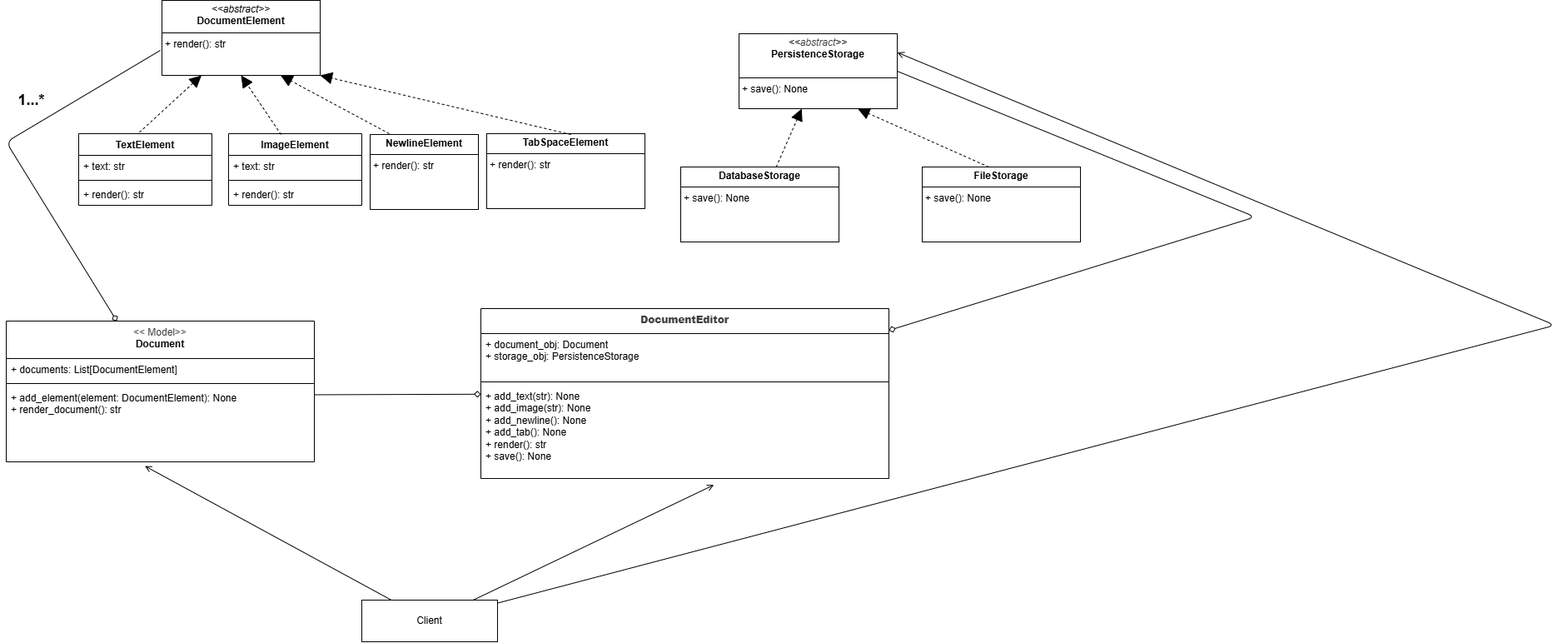
Earlier version of the draw.io export Design problems/01. Document Editor/UML.drawio.png (kom3/LLD-Python). Source tidied: cells renumbered, new cells last; positions are measured from the earlier drawing's top-left corner, leaving out a move shared by most shapes.
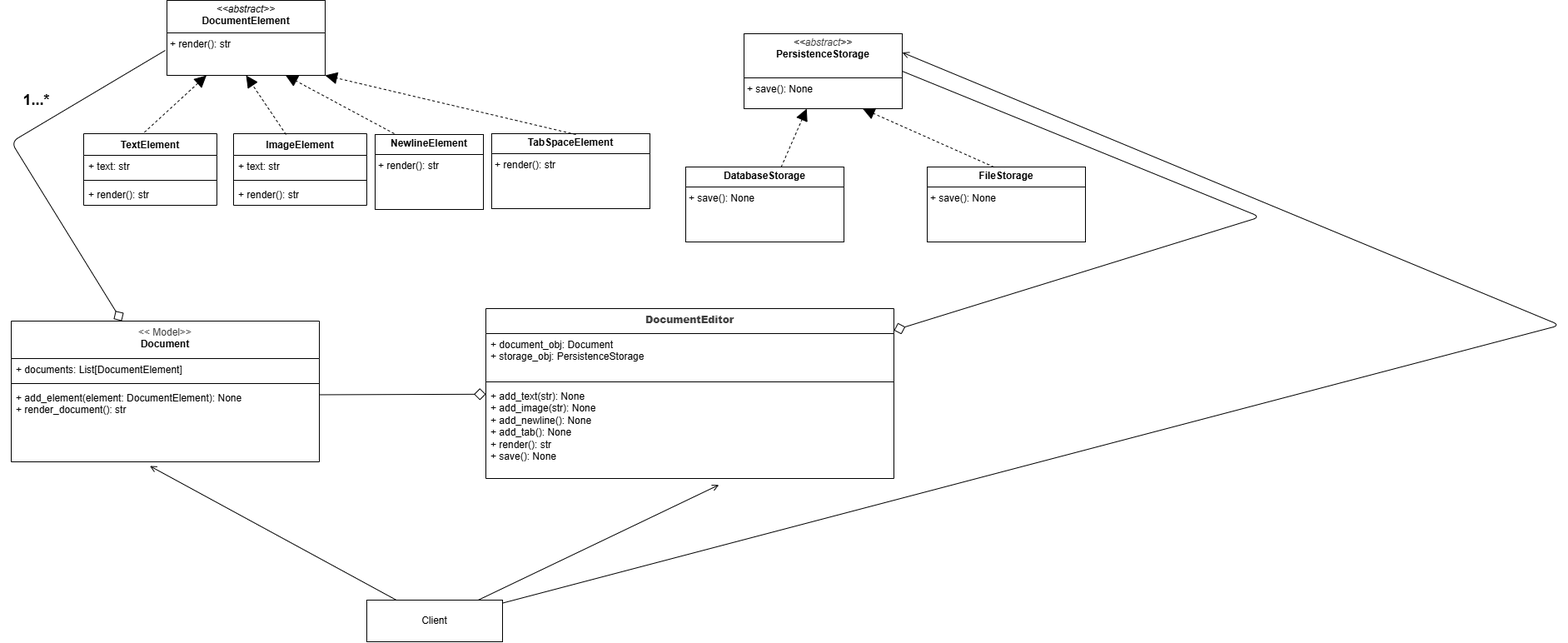
The same diagram one commit later.

Diff of the diagram source:
```diff
@@ -8,7 +8,7 @@
     <mxCell id="3" value="&lt;p style=&quot;margin:0px;margin-top:4px;text-align:center;&quot;&gt;&lt;i&gt;&amp;lt;&amp;lt;&lt;/i&gt;&lt;i style=&quot;color: rgb(63, 63, 63); scrollbar-color: rgb(226, 226, 226) rgb(251, 251, 251);&quot;&gt;abstract&lt;/i&gt;&lt;i&gt;&amp;gt;&amp;gt;&lt;/i&gt;&lt;br&gt;&lt;b&gt;PersistenceStorage&lt;/b&gt;&lt;/p&gt;&lt;p style=&quot;margin:0px;margin-left:4px;&quot;&gt;&lt;br&gt;&lt;/p&gt;&lt;hr size=&quot;1&quot; style=&quot;border-style:solid;&quot;&gt;&lt;p style=&quot;margin:0px;margin-left:4px;&quot;&gt;+ save(): None&lt;br&gt;&lt;br&gt;&lt;/p&gt;" style="verticalAlign=top;align=left;overflow=fill;html=1;whiteSpace=wrap;" parent="1" vertex="1">
       <mxGeometry x="880" y="40" width="190" height="90" as="geometry" />
     </mxCell>
-    <mxCell id="4" style="edgeStyle=none;html=1;endArrow=none;endFill=0;endSize=10;startArrow=diamond;startFill=0;" parent="1" edge="1" source="5">
+    <mxCell id="4" style="edgeStyle=none;html=1;endArrow=none;endFill=0;endSize=6;startArrow=diamond;startFill=0;strokeWidth=1;startSize=12;" parent="1" edge="1" source="5">
       <mxGeometry relative="1" as="geometry">
         <mxPoint x="185" y="60" as="targetPoint" />
         <Array as="points">
@@ -28,7 +28,7 @@
     <mxCell id="8" value="+ add_element(element: DocumentElement): None&lt;div&gt;&lt;span style=&quot;color: rgb(0, 0, 0);&quot;&gt;+ render_document(): str&lt;/span&gt;&lt;/div&gt;" style="text;strokeColor=none;fillColor=none;align=left;verticalAlign=top;spacingLeft=4;spacingRight=4;overflow=hidden;points=[[0,0.5],[1,0.5]];portConstraint=eastwest;whiteSpace=wrap;html=1;" parent="5" vertex="1">
       <mxGeometry y="79" width="370" height="90" as="geometry" />
     </mxCell>
-    <mxCell id="9" style="edgeStyle=none;html=1;entryX=1;entryY=0.5;entryDx=0;entryDy=0;endArrow=none;endFill=0;startArrow=diamond;startFill=0;" parent="1" edge="1" source="10" target="3">
+    <mxCell id="9" style="edgeStyle=none;html=1;entryX=1;entryY=0.5;entryDx=0;entryDy=0;endArrow=none;endFill=0;startArrow=diamond;startFill=0;startSize=12;" parent="1" edge="1" source="10" target="3">
       <mxGeometry relative="1" as="geometry">
         <Array as="points">
           <mxPoint x="1500" y="260" />
@@ -114,7 +114,7 @@
     <mxCell id="32" value="&lt;b&gt;&lt;font style=&quot;font-size: 18px;&quot;&gt;1...*&lt;/font&gt;&lt;/b&gt;" style="text;html=1;align=center;verticalAlign=middle;strokeColor=none;fillColor=none;" parent="1" vertex="1">
       <mxGeometry y="100" width="60" height="40" as="geometry" />
     </mxCell>
-    <mxCell id="33" style="edgeStyle=none;html=1;entryX=0.999;entryY=0.105;entryDx=0;entryDy=0;entryPerimeter=0;endArrow=none;endFill=0;startArrow=diamond;startFill=0;" parent="1" edge="1" source="10" target="8">
+    <mxCell id="33" style="edgeStyle=none;html=1;entryX=0.999;entryY=0.105;entryDx=0;entryDy=0;entryPerimeter=0;endArrow=none;endFill=0;startArrow=diamond;startFill=0;endSize=9;startSize=12;" parent="1" edge="1" source="10" target="8">
       <mxGeometry relative="1" as="geometry" />
     </mxCell>
     <mxCell id="34" style="edgeStyle=none;html=1;entryX=1;entryY=0.25;entryDx=0;entryDy=0;endArrow=open;endFill=0;" parent="1" edge="1" source="35" target="3">
```
